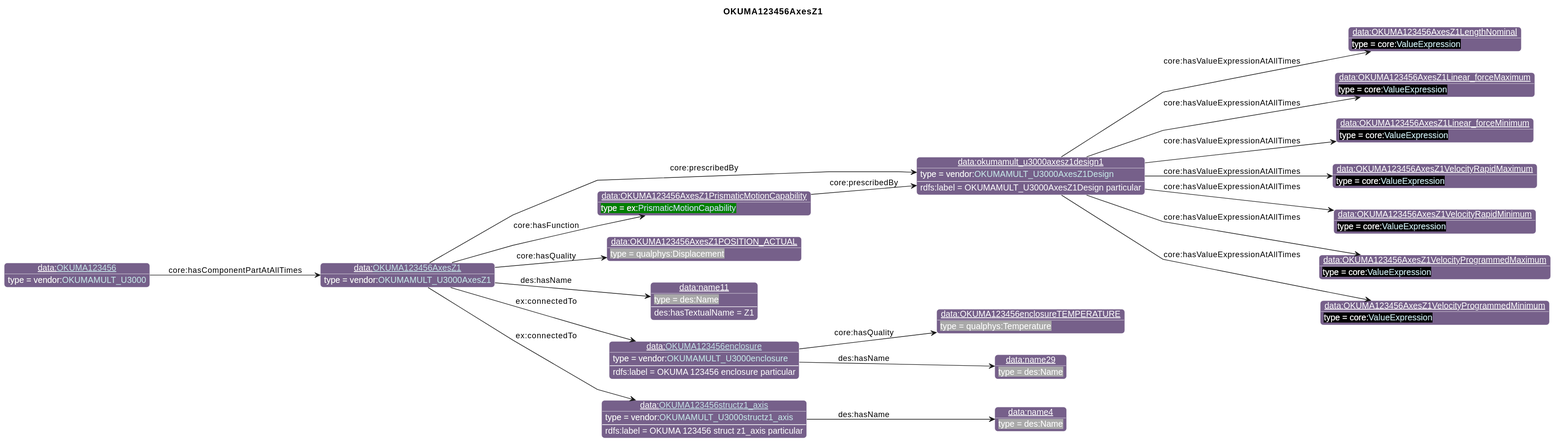
Earlier version of the PlantUML export diagrams/OKUMA123456AxesZ1.svg (iofoundry/example-syseng-mtconnect).
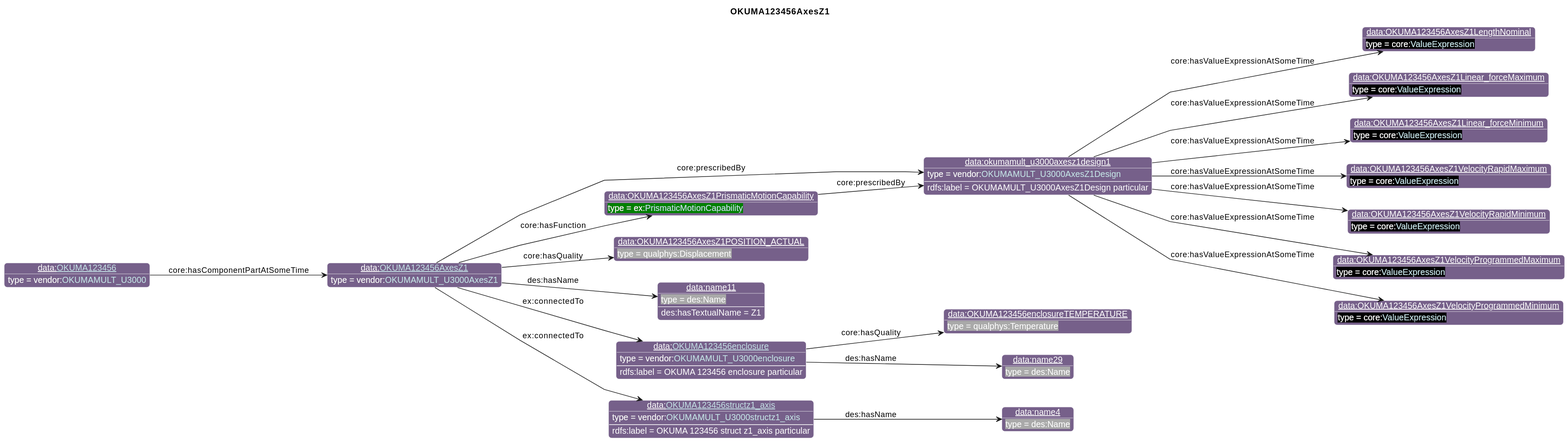
After the change.

The edit, as a diff of the source:
```diff
@@ -45,13 +45,13 @@
 individual(o17, data:[[./OKUMA123456.html OKUMA123456]], vendor:[[../OKUMA.html#OKUMAMULT_U3000 OKUMAMULT_U3000]])
 property(o0, "core:prescribedBy", o1)
 data(o1, "rdfs:label", "OKUMAMULT_U3000AxesZ1Design particular")
-property(o1, "core:hasValueExpressionAtAllTimes", o2)
-property(o1, "core:hasValueExpressionAtAllTimes", o3)
-property(o1, "core:hasValueExpressionAtAllTimes", o4)
-property(o1, "core:hasValueExpressionAtAllTimes", o5)
-property(o1, "core:hasValueExpressionAtAllTimes", o6)
-property(o1, "core:hasValueExpressionAtAllTimes", o7)
-property(o1, "core:hasValueExpressionAtAllTimes", o8)
+property(o1, "core:hasValueExpressionAtSomeTime", o2)
+property(o1, "core:hasValueExpressionAtSomeTime", o3)
+property(o1, "core:hasValueExpressionAtSomeTime", o4)
+property(o1, "core:hasValueExpressionAtSomeTime", o5)
+property(o1, "core:hasValueExpressionAtSomeTime", o6)
+property(o1, "core:hasValueExpressionAtSomeTime", o7)
+property(o1, "core:hasValueExpressionAtSomeTime", o8)
 property(o0, "core:hasFunction", o9)
 property(o9, "core:prescribedBy", o1)
 property(o0, "core:hasQuality", o10)
@@ -64,5 +64,5 @@
 property(o0, "ex:connectedTo", o15)
 data(o15, "rdfs:label", "OKUMA 123456 struct z1_axis particular")
 property(o15, "des:hasName", o16)
-property(o17, "core:hasComponentPartAtAllTimes", o0)
+property(o17, "core:hasComponentPartAtSomeTime", o0)
 @enduml
```
